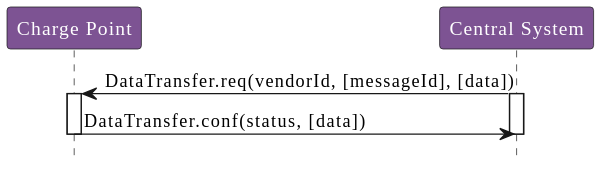
This is OCPP_1.6/images/figure_27.svg from phoi5675/ocpp-markdown, a PlantUML export, as it was before one commit. Its diagram source:
```plantuml
@startuml
!include style.puml

participant "Charge Point" as ChargePoint
participant "Central System" as CentralSystem

CentralSystem -> ChargePoint : DataTransfer.req(vendorId, [messageId], [data])

activate ChargePoint
activate CentralSystem

ChargePoint -> CentralSystem : DataTransfer.conf(status, [data])

deactivate CentralSystem
deactivate ChargePoint
@enduml
```
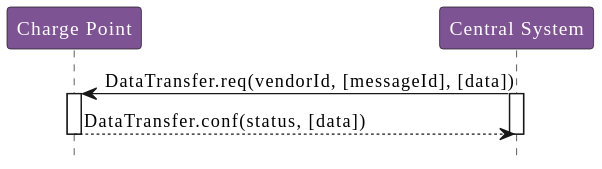
Later version of the same file.

The edit, as a diff of the source:
```diff
@@ -5,12 +5,10 @@
 participant "Central System" as CentralSystem
 
 CentralSystem -> ChargePoint : DataTransfer.req(vendorId, [messageId], [data])
-
 activate ChargePoint
 activate CentralSystem
 
-ChargePoint -> CentralSystem : DataTransfer.conf(status, [data])
-
+ChargePoint --> CentralSystem : DataTransfer.conf(status, [data])
 deactivate CentralSystem
 deactivate ChargePoint
 @enduml
```
